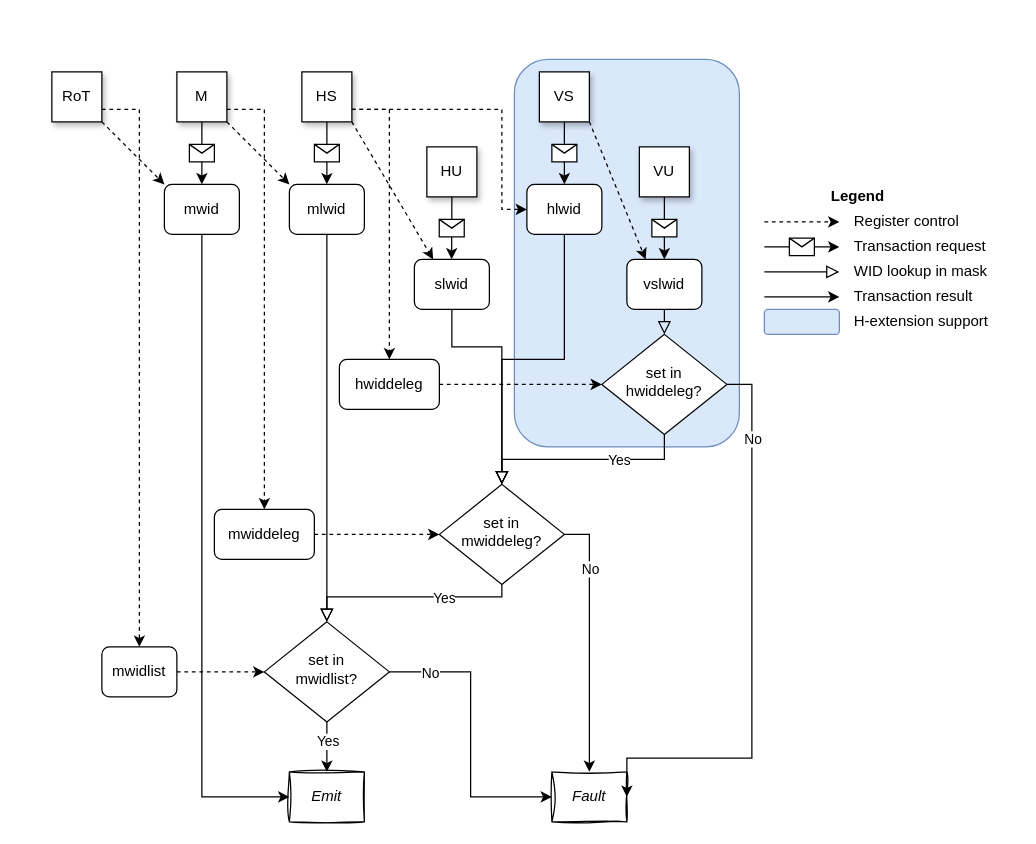
Before: src/images/WorldID-smwidv.drawio in MIPS/riscv-partitioning, a draw.io diagram. Source tidied: cells renumbered, new cells numbered last; positions are measured from the earlier drawing's top-left corner, leaving out a move shared by most shapes. Both pictures are drawn from the tidied source at 125%, with x=0, y=0 at pixel (51, 59).
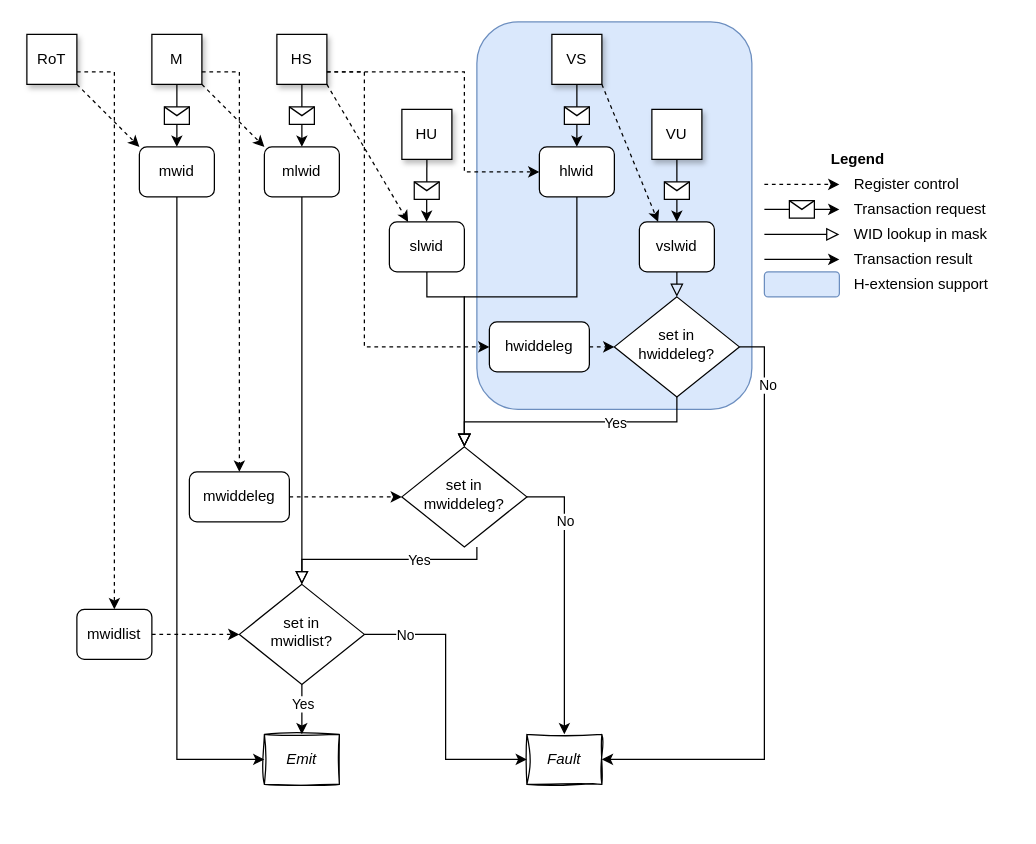
The same page after the edit.

Commit message (it also covers changes not shown here):
Improve hypervisor diagram

What changed in the source:
```diff
@@
     <mxCell id="2" style="rounded=1;whiteSpace=wrap;html=1;fillColor=#dae8fc;strokeColor=#6c8ebf;" parent="1" vertex="1">
-      <mxGeometry x="370" width="180" height="310" as="geometry" />
+      <mxGeometry x="340" y="-30" width="220" height="310" as="geometry" />
     </mxCell>
     <mxCell id="3" value="M" style="rounded=0;whiteSpace=wrap;html=1;fontSize=12;glass=0;strokeWidth=1;shadow=1;" parent="1" vertex="1">
-      <mxGeometry x="100" y="10" width="40" height="40" as="geometry" />
+      <mxGeometry x="80" y="-20" width="40" height="40" as="geometry" />
     </mxCell>
     <mxCell id="4" value="HS" style="rounded=0;whiteSpace=wrap;html=1;fontSize=12;glass=0;strokeWidth=1;shadow=1;" parent="1" vertex="1">
-      <mxGeometry x="200" y="10" width="40" height="40" as="geometry" />
+      <mxGeometry x="180" y="-20" width="40" height="40" as="geometry" />
     </mxCell>
     <mxCell id="5" value="HU" style="rounded=0;whiteSpace=wrap;html=1;fontSize=12;glass=0;strokeWidth=1;shadow=1;" parent="1" vertex="1">
-      <mxGeometry x="300" y="70" width="40" height="40" as="geometry" />
+      <mxGeometry x="280" y="40" width="40" height="40" as="geometry" />
     </mxCell>
     <mxCell id="6" value="mwid" style="rounded=1;whiteSpace=wrap;html=1;fontSize=12;glass=0;strokeWidth=1;shadow=0;fillColor=#FFFFFF;fillStyle=solid;" parent="1" vertex="1">
-      <mxGeometry x="90" y="100" width="60" height="40" as="geometry" />
+      <mxGeometry x="70" y="70" width="60" height="40" as="geometry" />
     </mxCell>
     <mxCell id="7" value="mlwid" style="rounded=1;whiteSpace=wrap;html=1;fontSize=12;glass=0;strokeWidth=1;shadow=0;" parent="1" vertex="1">
-      <mxGeometry x="190" y="100" width="60" height="40" as="geometry" />
+      <mxGeometry x="170" y="70" width="60" height="40" as="geometry" />
     </mxCell>
     <mxCell id="8" value="slwid" style="rounded=1;whiteSpace=wrap;html=1;fontSize=12;glass=0;strokeWidth=1;shadow=0;" parent="1" vertex="1">
-      <mxGeometry x="290" y="160" width="60" height="40" as="geometry" />
+      <mxGeometry x="270" y="130" width="60" height="40" as="geometry" />
     </mxCell>
     <mxCell id="9" value="set in&lt;br&gt;mwidlist?" style="rhombus;whiteSpace=wrap;html=1;shadow=0;fontFamily=Helvetica;fontSize=12;align=center;strokeWidth=1;spacing=6;spacingTop=-4;" parent="1" vertex="1">
-      <mxGeometry x="170" y="450" width="100" height="80" as="geometry" />
+      <mxGeometry x="150" y="420" width="100" height="80" as="geometry" />
     </mxCell>
     <mxCell id="10" value="Emit" style="rounded=0;whiteSpace=wrap;html=1;fontSize=12;glass=0;strokeWidth=1;shadow=0;sketch=1;curveFitting=1;jiggle=2;fontStyle=2;" parent="1" vertex="1">
-      <mxGeometry x="190" y="570" width="60" height="40" as="geometry" />
+      <mxGeometry x="170" y="540" width="60" height="40" as="geometry" />
     </mxCell>
@@
     <mxCell id="13" value="set in&lt;br&gt;mwiddeleg?" style="rhombus;whiteSpace=wrap;html=1;shadow=0;fontFamily=Helvetica;fontSize=12;align=center;strokeWidth=1;spacing=6;spacingTop=-4;" parent="1" vertex="1">
-      <mxGeometry x="310" y="340" width="100" height="80" as="geometry" />
+      <mxGeometry x="280" y="310" width="100" height="80" as="geometry" />
     </mxCell>
@@
     <mxCell id="15" style="rounded=0;html=1;jettySize=auto;fontSize=11;endArrow=block;endFill=0;endSize=8;strokeWidth=1;shadow=0;labelBackgroundColor=none;edgeStyle=orthogonalEdgeStyle;exitX=0.5;exitY=1;exitDx=0;exitDy=0;entryX=0.5;entryY=0;entryDx=0;entryDy=0;" parent="1" edge="1" source="8" target="13">
       <mxGeometry relative="1" as="geometry">
         <Array as="points">
-          <mxPoint x="320" y="230" />
-          <mxPoint x="360" y="230" />
+          <mxPoint x="300" y="190" />
+          <mxPoint x="330" y="190" />
         </Array>
       </mxGeometry>
     </mxCell>
     <mxCell id="16" value="Fault" style="rounded=0;whiteSpace=wrap;html=1;fontSize=12;glass=0;strokeWidth=1;shadow=0;sketch=1;curveFitting=1;jiggle=2;fillColor=default;fontStyle=2;" parent="1" vertex="1">
-      <mxGeometry x="400" y="570" width="60" height="40" as="geometry" />
+      <mxGeometry x="380" y="540" width="60" height="40" as="geometry" />
     </mxCell>
@@
     <mxCell id="25" style="endArrow=classic;html=1;rounded=0;entryX=0.5;entryY=0;entryDx=0;entryDy=0;exitX=0.5;exitY=1;exitDx=0;exitDy=0;" parent="1" edge="1" source="5">
       <mxGeometry relative="1" as="geometry">
-        <mxPoint x="319.8" y="160" as="targetPoint" />
+        <mxPoint x="299.8" y="130" as="targetPoint" />
       </mxGeometry>
     </mxCell>
@@
     <mxCell id="29" style="endArrow=classic;html=1;rounded=0;entryX=0.5;entryY=0;entryDx=0;entryDy=0;dashed=1;edgeStyle=elbowEdgeStyle;" parent="1" edge="1" target="64">
       <mxGeometry relative="1" as="geometry">
-        <mxPoint x="140" y="40" as="sourcePoint" />
+        <mxPoint x="120" y="10" as="sourcePoint" />
         <Array as="points">
-          <mxPoint x="170" y="120" />
+          <mxPoint x="150" y="90" />
         </Array>
       </mxGeometry>
     </mxCell>
     <mxCell id="30" value="RoT" style="rounded=0;whiteSpace=wrap;html=1;fontSize=12;glass=0;strokeWidth=1;shadow=1;" parent="1" vertex="1">
-      <mxGeometry y="10" width="40" height="40" as="geometry" />
+      <mxGeometry x="-20" y="-20" width="40" height="40" as="geometry" />
     </mxCell>
@@
     <mxCell id="32" style="endArrow=classic;html=1;rounded=0;entryX=0.5;entryY=0;entryDx=0;entryDy=0;dashed=1;edgeStyle=elbowEdgeStyle;exitX=1;exitY=0.75;exitDx=0;exitDy=0;" parent="1" edge="1" source="30" target="62">
       <mxGeometry relative="1" as="geometry">
         <Array as="points">
-          <mxPoint x="70" y="190" />
+          <mxPoint x="50" y="160" />
         </Array>
       </mxGeometry>
     </mxCell>
     <mxCell id="33" style="endArrow=classic;html=1;rounded=0;dashed=1;" parent="1" edge="1">
       <mxGeometry relative="1" as="geometry">
-        <mxPoint x="570" y="130" as="sourcePoint" />
-        <mxPoint x="630" y="130" as="targetPoint" />
+        <mxPoint x="570" y="100" as="sourcePoint" />
+        <mxPoint x="630" y="100" as="targetPoint" />
       </mxGeometry>
     </mxCell>
     <mxCell id="34" style="endArrow=classic;html=1;rounded=0;" parent="1" edge="1">
       <mxGeometry relative="1" as="geometry">
-        <mxPoint x="570" y="150" as="sourcePoint" />
-        <mxPoint x="630" y="150" as="targetPoint" />
+        <mxPoint x="570" y="120" as="sourcePoint" />
+        <mxPoint x="630" y="120" as="targetPoint" />
       </mxGeometry>
     </mxCell>
@@
     <mxCell id="36" style="rounded=0;html=1;jettySize=auto;orthogonalLoop=1;fontSize=11;endArrow=block;endFill=0;endSize=8;strokeWidth=1;shadow=0;labelBackgroundColor=none;edgeStyle=orthogonalEdgeStyle;" parent="1" edge="1">
       <mxGeometry relative="1" as="geometry">
-        <mxPoint x="570" y="170" as="sourcePoint" />
-        <mxPoint x="630" y="170" as="targetPoint" />
+        <mxPoint x="570" y="140" as="sourcePoint" />
+        <mxPoint x="630" y="140" as="targetPoint" />
       </mxGeometry>
     </mxCell>
     <mxCell id="37" style="edgeStyle=orthogonalEdgeStyle;rounded=0;orthogonalLoop=1;jettySize=auto;html=1;" parent="1" edge="1">
       <mxGeometry relative="1" as="geometry">
-        <mxPoint x="570" y="190" as="sourcePoint" />
-        <mxPoint x="630" y="190" as="targetPoint" />
+        <mxPoint x="570" y="160" as="sourcePoint" />
+        <mxPoint x="630" y="160" as="targetPoint" />
       </mxGeometry>
     </mxCell>
     <mxCell id="38" value="Register control" style="text;html=1;align=left;verticalAlign=middle;whiteSpace=wrap;rounded=0;" parent="1" vertex="1">
-      <mxGeometry x="640" y="120" width="130" height="20" as="geometry" />
+      <mxGeometry x="640" y="90" width="130" height="20" as="geometry" />
     </mxCell>
     <mxCell id="39" value="Transaction request" style="text;html=1;align=left;verticalAlign=middle;whiteSpace=wrap;rounded=0;" parent="1" vertex="1">
-      <mxGeometry x="640" y="140" width="130" height="20" as="geometry" />
+      <mxGeometry x="640" y="110" width="130" height="20" as="geometry" />
     </mxCell>
     <mxCell id="40" value="WID lookup in mask" style="text;html=1;align=left;verticalAlign=middle;whiteSpace=wrap;rounded=0;" parent="1" vertex="1">
-      <mxGeometry x="640" y="160" width="130" height="20" as="geometry" />
+      <mxGeometry x="640" y="130" width="130" height="20" as="geometry" />
     </mxCell>
     <mxCell id="41" value="Transaction result" style="text;html=1;align=left;verticalAlign=middle;whiteSpace=wrap;rounded=0;" parent="1" vertex="1">
-      <mxGeometry x="640" y="180" width="130" height="20" as="geometry" />
+      <mxGeometry x="640" y="150" width="130" height="20" as="geometry" />
     </mxCell>
     <mxCell id="42" value="Legend" style="text;html=1;align=center;verticalAlign=middle;whiteSpace=wrap;rounded=0;fontStyle=1;" parent="1" vertex="1">
-      <mxGeometry x="570" y="100" width="150" height="20" as="geometry" />
+      <mxGeometry x="570" y="70" width="150" height="20" as="geometry" />
     </mxCell>
     <mxCell id="43" value="VS" style="rounded=0;whiteSpace=wrap;html=1;fontSize=12;glass=0;strokeWidth=1;shadow=1;" parent="1" vertex="1">
-      <mxGeometry x="390" y="10" width="40" height="40" as="geometry" />
+      <mxGeometry x="400" y="-20" width="40" height="40" as="geometry" />
     </mxCell>
     <mxCell id="44" value="hlwid" style="rounded=1;whiteSpace=wrap;html=1;fontSize=12;glass=0;strokeWidth=1;shadow=0;" parent="1" vertex="1">
-      <mxGeometry x="380" y="100" width="60" height="40" as="geometry" />
+      <mxGeometry x="390" y="70" width="60" height="40" as="geometry" />
     </mxCell>
@@
     <mxCell id="47" value="VU" style="rounded=0;whiteSpace=wrap;html=1;fontSize=12;glass=0;strokeWidth=1;shadow=1;" parent="1" vertex="1">
-      <mxGeometry x="470" y="70" width="40" height="40" as="geometry" />
+      <mxGeometry x="480" y="40" width="40" height="40" as="geometry" />
     </mxCell>
     <mxCell id="48" value="vslwid" style="rounded=1;whiteSpace=wrap;html=1;fontSize=12;glass=0;strokeWidth=1;shadow=0;" parent="1" vertex="1">
-      <mxGeometry x="460" y="160" width="60" height="40" as="geometry" />
+      <mxGeometry x="470" y="130" width="60" height="40" as="geometry" />
     </mxCell>
@@
     <mxCell id="51" style="endArrow=classic;html=1;rounded=0;entryX=0;entryY=0.5;entryDx=0;entryDy=0;dashed=1;edgeStyle=elbowEdgeStyle;exitX=1;exitY=0.75;exitDx=0;exitDy=0;" parent="1" edge="1" source="4" target="44">
       <mxGeometry relative="1" as="geometry">
         <Array as="points">
-          <mxPoint x="360" y="80" />
-          <mxPoint x="340" y="40" />
-          <mxPoint x="360" y="80" />
+          <mxPoint x="330" y="50" />
+          <mxPoint x="320" y="10" />
+          <mxPoint x="340" y="50" />
         </Array>
       </mxGeometry>
     </mxCell>
@@
     <mxCell id="53" value="set in&lt;br&gt;h&lt;span style=&quot;background-color: transparent; color: light-dark(rgb(0, 0, 0), rgb(255, 255, 255));&quot;&gt;widdeleg?&lt;/span&gt;" style="rhombus;whiteSpace=wrap;html=1;shadow=0;fontFamily=Helvetica;fontSize=12;align=center;strokeWidth=1;spacing=6;spacingTop=-4;" parent="1" vertex="1">
-      <mxGeometry x="440" y="220" width="100" height="80" as="geometry" />
+      <mxGeometry x="450" y="190" width="100" height="80" as="geometry" />
     </mxCell>
@@
     <mxCell id="55" style="edgeStyle=orthogonalEdgeStyle;rounded=0;jettySize=auto;html=1;entryX=1;entryY=0.5;entryDx=0;entryDy=0;" parent="1" edge="1" target="16">
       <mxGeometry relative="1" as="geometry">
-        <mxPoint x="540" y="260" as="sourcePoint" />
+        <mxPoint x="550" y="230" as="sourcePoint" />
         <Array as="points">
-          <mxPoint x="560" y="260" />
-          <mxPoint x="560" y="559" />
+          <mxPoint x="570" y="230" />
+          <mxPoint x="570" y="560" />
         </Array>
       </mxGeometry>
     </mxCell>
     <mxCell id="56" value="No" style="edgeLabel;html=1;align=center;verticalAlign=middle;" parent="55" vertex="1">
-      <mxGeometry x="-0.72" relative="1" as="geometry" />
+      <mxGeometry x="-0.79" y="2" relative="1" as="geometry" />
     </mxCell>
-    <mxCell id="57" style="endArrow=classic;html=1;rounded=0;entryX=0.5;entryY=0;entryDx=0;entryDy=0;dashed=1;edgeStyle=elbowEdgeStyle;exitX=1;exitY=0.75;exitDx=0;exitDy=0;" parent="1" edge="1" target="66">
+    <mxCell id="57" style="endArrow=classic;html=1;rounded=0;dashed=1;edgeStyle=elbowEdgeStyle;exitX=1;exitY=0.75;exitDx=0;exitDy=0;entryX=0;entryY=0.5;entryDx=0;entryDy=0;" parent="1" edge="1" target="66">
       <mxGeometry relative="1" as="geometry">
-        <mxPoint x="240" y="40" as="sourcePoint" />
+        <mxPoint x="220" y="10" as="sourcePoint" />
         <Array as="points">
-          <mxPoint x="270" y="160" />
+          <mxPoint x="250" y="130" />
         </Array>
       </mxGeometry>
     </mxCell>
     <mxCell id="58" style="rounded=0;html=1;jettySize=auto;fontSize=11;endArrow=block;endFill=0;endSize=8;strokeWidth=1;shadow=0;labelBackgroundColor=none;edgeStyle=orthogonalEdgeStyle;exitX=0.5;exitY=1;exitDx=0;exitDy=0;entryX=0.5;entryY=0;entryDx=0;entryDy=0;" parent="1" edge="1" source="44" target="13">
-      <mxGeometry relative="1" as="geometry" />
+      <mxGeometry relative="1" as="geometry">
+        <Array as="points">
+          <mxPoint x="420" y="190" />
+          <mxPoint x="330" y="190" />
+        </Array>
+      </mxGeometry>
     </mxCell>
     <mxCell id="59" style="rounded=1;whiteSpace=wrap;html=1;fillColor=#dae8fc;strokeColor=#6c8ebf;" parent="1" vertex="1">
-      <mxGeometry x="570" y="200" width="60" height="20" as="geometry" />
+      <mxGeometry x="570" y="170" width="60" height="20" as="geometry" />
     </mxCell>
     <mxCell id="60" value="H-extension support" style="text;html=1;align=left;verticalAlign=middle;whiteSpace=wrap;rounded=0;" parent="1" vertex="1">
-      <mxGeometry x="640" y="200" width="130" height="20" as="geometry" />
+      <mxGeometry x="640" y="170" width="130" height="20" as="geometry" />
     </mxCell>
     <mxCell id="61" style="endArrow=classic;html=1;rounded=0;exitX=0.5;exitY=1;exitDx=0;exitDy=0;entryX=0;entryY=0.5;entryDx=0;entryDy=0;" parent="1" edge="1" source="6" target="10">
       <mxGeometry relative="1" as="geometry">
         <Array as="points">
-          <mxPoint x="120" y="590" />
+          <mxPoint x="100" y="560" />
         </Array>
       </mxGeometry>
     </mxCell>
     <mxCell id="62" value="mwidlist" style="rounded=1;whiteSpace=wrap;html=1;fontSize=12;glass=0;strokeWidth=1;shadow=0;fillColor=#FFFFFF;fillStyle=solid;" parent="1" vertex="1">
-      <mxGeometry x="40" y="470" width="60" height="40" as="geometry" />
+      <mxGeometry x="20" y="440" width="60" height="40" as="geometry" />
     </mxCell>
     <mxCell id="63" style="endArrow=classic;html=1;rounded=0;entryX=0;entryY=0.5;entryDx=0;entryDy=0;dashed=1;edgeStyle=elbowEdgeStyle;exitX=1;exitY=0.5;exitDx=0;exitDy=0;" parent="1" edge="1" source="62" target="9">
       <mxGeometry relative="1" as="geometry">
         <Array as="points">
-          <mxPoint x="130" y="480" />
+          <mxPoint x="110" y="450" />
         </Array>
       </mxGeometry>
     </mxCell>
     <mxCell id="64" value="mwiddeleg" style="rounded=1;whiteSpace=wrap;html=1;fontSize=12;glass=0;strokeWidth=1;shadow=0;fillColor=#FFFFFF;fillStyle=solid;" parent="1" vertex="1">
-      <mxGeometry x="130" y="360" width="80" height="40" as="geometry" />
+      <mxGeometry x="110" y="330" width="80" height="40" as="geometry" />
     </mxCell>
     <mxCell id="65" style="endArrow=classic;html=1;rounded=0;dashed=1;edgeStyle=elbowEdgeStyle;exitX=1;exitY=0.5;exitDx=0;exitDy=0;entryX=0;entryY=0.5;entryDx=0;entryDy=0;" parent="1" edge="1" source="64" target="13">
       <mxGeometry relative="1" as="geometry">
         <Array as="points">
-          <mxPoint x="260" y="390" />
+          <mxPoint x="240" y="360" />
         </Array>
       </mxGeometry>
     </mxCell>
     <mxCell id="66" value="h&lt;span style=&quot;background-color: transparent; color: light-dark(rgb(0, 0, 0), rgb(255, 255, 255));&quot;&gt;widdeleg&lt;/span&gt;" style="rounded=1;whiteSpace=wrap;html=1;fontSize=12;glass=0;strokeWidth=1;shadow=0;fillColor=#FFFFFF;fillStyle=solid;" parent="1" vertex="1">
-      <mxGeometry x="230" y="240" width="80" height="40" as="geometry" />
+      <mxGeometry x="350" y="210" width="80" height="40" as="geometry" />
     </mxCell>
     <mxCell id="67" style="endArrow=classic;html=1;rounded=0;entryX=0;entryY=0.5;entryDx=0;entryDy=0;dashed=1;edgeStyle=elbowEdgeStyle;exitX=1;exitY=0.5;exitDx=0;exitDy=0;" parent="1" edge="1" source="66" target="53">
-      <mxGeometry relative="1" as="geometry">
-        <Array as="points">
-          <mxPoint x="380" y="250" />
-        </Array>
-      </mxGeometry>
+      <mxGeometry relative="1" as="geometry" />
     </mxCell>
     <mxCell id="68" style="rounded=0;html=1;jettySize=auto;fontSize=11;endArrow=block;endFill=0;endSize=8;strokeWidth=1;shadow=0;labelBackgroundColor=none;edgeStyle=orthogonalEdgeStyle;exitX=0.5;exitY=1;exitDx=0;exitDy=0;entryX=0.5;entryY=0;entryDx=0;entryDy=0;" parent="1" edge="1" source="53" target="13">
       <mxGeometry relative="1" as="geometry">
         <Array as="points">
-          <mxPoint x="490" y="320" />
-          <mxPoint x="360" y="320" />
+          <mxPoint x="490" y="290" />
+          <mxPoint x="340" y="290" />
         </Array>
       </mxGeometry>
     </mxCell>
@@
     <mxCell id="70" style="rounded=0;html=1;jettySize=auto;orthogonalLoop=1;fontSize=11;endArrow=block;endFill=0;endSize=8;strokeWidth=1;shadow=0;labelBackgroundColor=none;edgeStyle=orthogonalEdgeStyle;exitX=0.5;exitY=1;exitDx=0;exitDy=0;" parent="1" edge="1">
       <mxGeometry relative="1" as="geometry">
-        <mxPoint x="360" y="420" as="sourcePoint" />
-        <mxPoint x="220" y="450" as="targetPoint" />
+        <mxPoint x="340" y="390" as="sourcePoint" />
+        <mxPoint x="200" y="420" as="targetPoint" />
         <Array as="points">
-          <mxPoint x="360" y="430" />
-          <mxPoint x="220" y="430" />
+          <mxPoint x="340" y="400" />
+          <mxPoint x="200" y="400" />
         </Array>
       </mxGeometry>
     </mxCell>
```
